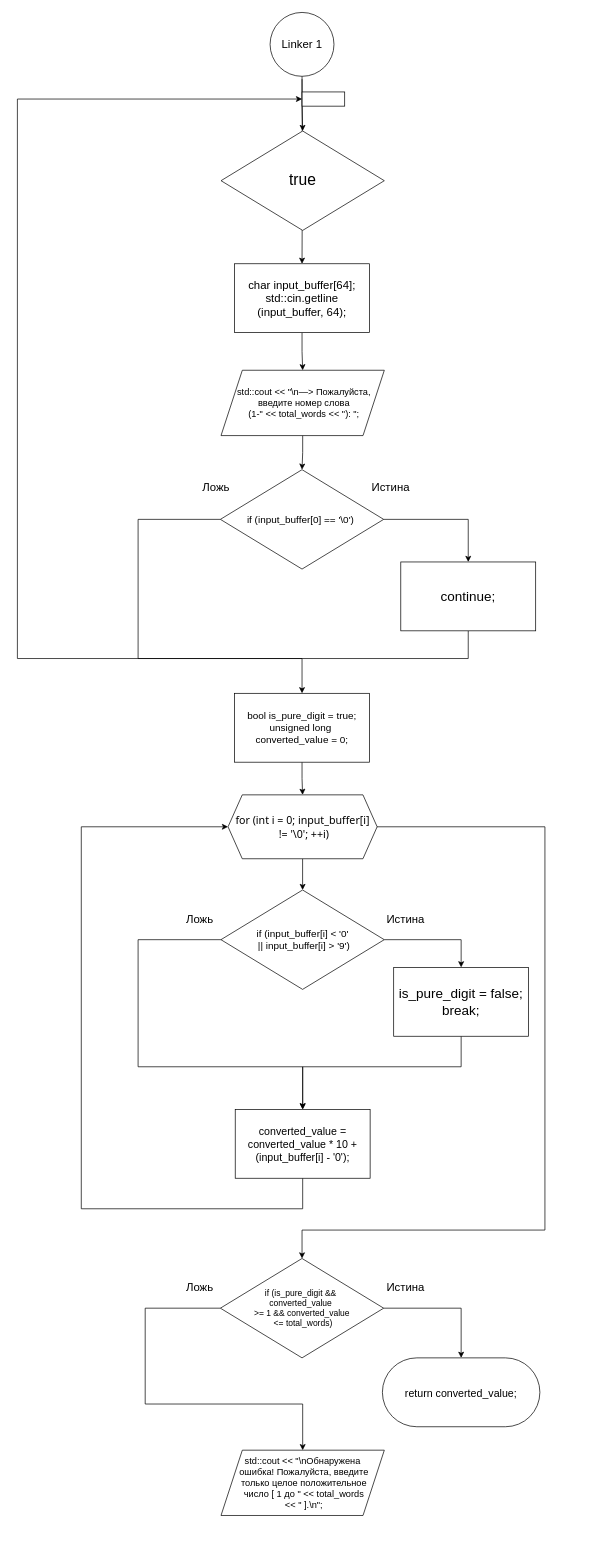
Earlier version of the draw.io diagram LAB7_get_valid_index(2).drawio (kravecila28-ops/Block-diagram_templates). Source tidied: cells renumbered, new cells numbered last; positions are measured from the earlier drawing's top-left corner, leaving out a move shared by most shapes. Both pictures are drawn from the tidied source at 71%, with x=0, y=0 at pixel (17, 12).
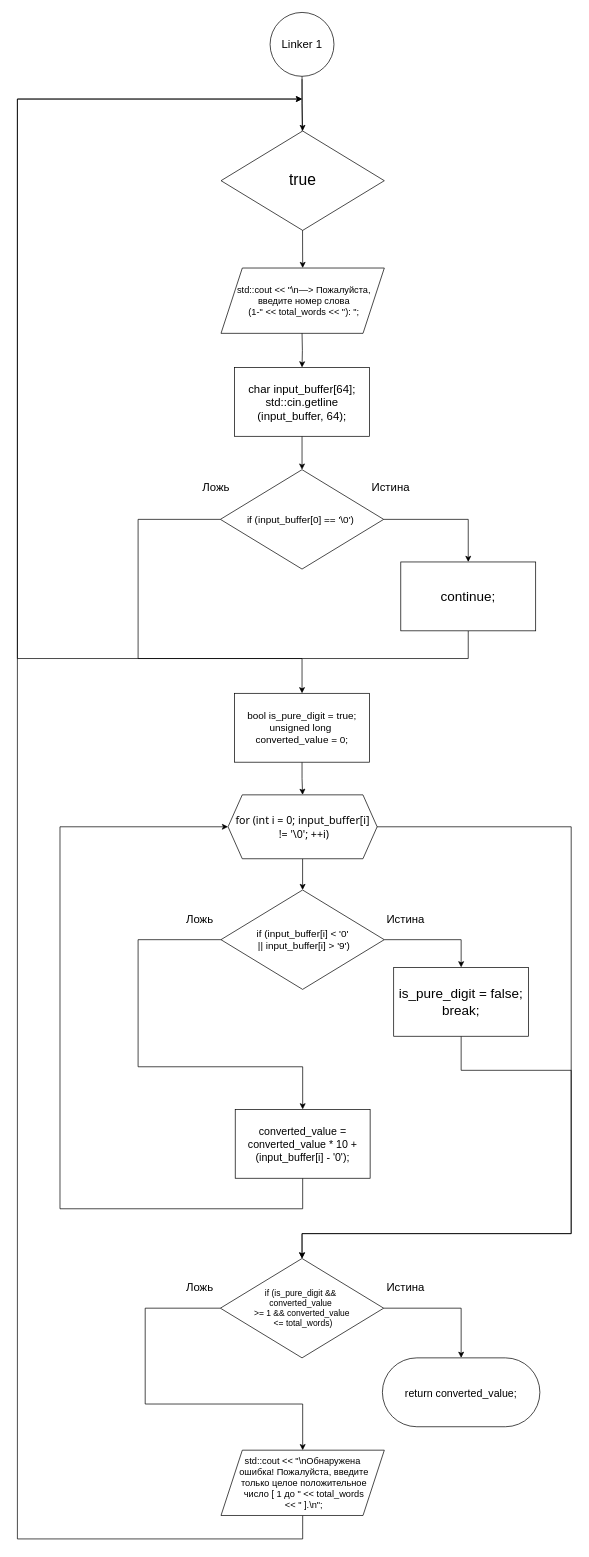
The same page after the edit.

The change refers to these unchanged cells:
```xml
<mxCell id="6" value="&lt;font style=&quot;font-size: 14px;&quot;&gt;if (input_buffer[0] == '\0')&amp;nbsp;&lt;/font&gt;" style="rhombus;whiteSpace=wrap;html=1;labelBackgroundColor=none;" parent="1" vertex="1">
  <mxGeometry x="285.9" y="644" width="230" height="140" as="geometry" />
</mxCell>
<mxCell id="8" value="&lt;font style=&quot;font-size: 19px;&quot;&gt;continue;&lt;/font&gt;" style="rounded=0;whiteSpace=wrap;html=1;labelBackgroundColor=none;" parent="1" vertex="1">
  <mxGeometry x="540" y="774" width="190" height="97" as="geometry" />
</mxCell>
<mxCell id="18" value="&lt;div style=&quot;&quot;&gt;&lt;font face=&quot;Google Sans Flex, Google Sans, system-ui, sans-serif&quot; style=&quot;font-size: 15px;&quot;&gt;&lt;span style=&quot;font-variant-ligatures: none; white-space-collapse: preserve;&quot;&gt;for (int i = 0; input_buffer[i]&lt;/span&gt;&lt;/font&gt;&lt;/div&gt;&lt;div style=&quot;&quot;&gt;&lt;font face=&quot;Google Sans Flex, Google Sans, system-ui, sans-serif&quot; style=&quot;font-size: 15px;&quot;&gt;&lt;span style=&quot;font-variant-ligatures: none; white-space-collapse: preserve;&quot;&gt; != '\0'; ++i)&lt;/span&gt;&lt;/font&gt;&lt;/div&gt;" style="shape=hexagon;perimeter=hexagonPerimeter2;whiteSpace=wrap;html=1;fixedSize=1;align=center;labelBackgroundColor=none;" parent="1" vertex="1">
  <mxGeometry x="296.7" y="1102" width="210" height="90" as="geometry" />
</mxCell>
<mxCell id="28" value="&lt;div&gt;&lt;span style=&quot;font-size: 19px;&quot;&gt;is_pure_digit = false;&lt;/span&gt;&lt;/div&gt;&lt;div&gt;&lt;span style=&quot;font-size: 19px;&quot;&gt;break;&lt;/span&gt;&lt;/div&gt;" style="rounded=0;whiteSpace=wrap;html=1;labelBackgroundColor=none;" parent="1" vertex="1">
  <mxGeometry x="530" y="1345" width="190" height="97" as="geometry" />
</mxCell>
<mxCell id="30" value="&lt;font style=&quot;font-size: 15px;&quot;&gt;converted_value = converted_value * 10 + (input_buffer[i] - '0');&lt;/font&gt;" style="rounded=0;whiteSpace=wrap;html=1;labelBackgroundColor=none;" parent="1" vertex="1">
  <mxGeometry x="306.8" y="1545" width="190" height="97" as="geometry" />
</mxCell>
<mxCell id="32" value="if (is_pure_digit &amp;amp;&amp;amp;&amp;nbsp;&lt;div&gt;converted_value&amp;nbsp;&lt;/div&gt;&lt;div&gt;&lt;span style=&quot;background-color: transparent; color: light-dark(rgb(0, 0, 0), rgb(255, 255, 255));&quot;&gt;&amp;gt;= 1 &amp;amp;&amp;amp; converted_value&lt;/span&gt;&lt;div&gt;&amp;nbsp;&amp;lt;= total_words)&lt;/div&gt;&lt;/div&gt;" style="rhombus;whiteSpace=wrap;html=1;labelBackgroundColor=none;" parent="1" vertex="1">
  <mxGeometry x="285.9" y="1755" width="230" height="140" as="geometry" />
</mxCell>
<mxCell id="37" value="&lt;font style=&quot;font-size: 13px;&quot;&gt;std::cout &amp;lt;&amp;lt; &quot;\nОбнаружена&lt;/font&gt;&lt;div&gt;&lt;font style=&quot;font-size: 13px;&quot;&gt;&amp;nbsp;ошибка! Пожалуйста, введите&lt;/font&gt;&lt;/div&gt;&lt;div&gt;&lt;font style=&quot;font-size: 13px;&quot;&gt;&amp;nbsp;только&amp;nbsp;&lt;span style=&quot;background-color: transparent; color: light-dark(rgb(0, 0, 0), rgb(255, 255, 255));&quot;&gt;целое положительное&lt;/span&gt;&lt;/font&gt;&lt;/div&gt;&lt;div&gt;&lt;font style=&quot;font-size: 13px;&quot;&gt;&lt;span style=&quot;background-color: transparent; color: light-dark(rgb(0, 0, 0), rgb(255, 255, 255));&quot;&gt;&amp;nbsp;число&amp;nbsp;&lt;/span&gt;&lt;span style=&quot;background-color: transparent; color: light-dark(rgb(0, 0, 0), rgb(255, 255, 255));&quot;&gt;[ 1 до &quot; &amp;lt;&amp;lt; total_words&lt;/span&gt;&lt;/font&gt;&lt;/div&gt;&lt;div&gt;&lt;span style=&quot;background-color: transparent; color: light-dark(rgb(0, 0, 0), rgb(255, 255, 255));&quot;&gt;&lt;font style=&quot;font-size: 13px;&quot;&gt;&amp;nbsp;&amp;lt;&amp;lt; &quot; ].\n&quot;;&lt;/font&gt;&lt;/span&gt;&lt;/div&gt;" style="shape=parallelogram;perimeter=parallelogramPerimeter;whiteSpace=wrap;html=1;fixedSize=1;labelBackgroundColor=none;size=30;" parent="1" vertex="1">
  <mxGeometry x="286.8" y="2025" width="230" height="92" as="geometry" />
</mxCell>
```

The edit, as a diff of the source:
```diff
@@
-    <mxCell id="2" style="edgeStyle=orthogonalEdgeStyle;rounded=0;jettySize=auto;html=1;exitX=0.5;exitY=1;exitDx=0;exitDy=0;entryX=0.5;entryY=0;entryDx=0;entryDy=0;labelBackgroundColor=none;fontColor=default;" parent="1" edge="1" source="3" target="10">
-      <mxGeometry relative="1" as="geometry" />
+    <mxCell id="2" style="edgeStyle=orthogonalEdgeStyle;rounded=0;jettySize=auto;html=1;exitX=0.5;exitY=1;exitDx=0;exitDy=0;entryX=0.5;entryY=0;entryDx=0;entryDy=0;labelBackgroundColor=none;fontColor=default;" parent="1" edge="1" target="3">
+      <mxGeometry relative="1" as="geometry">
+        <mxPoint x="400.9" y="451" as="sourcePoint" />
+      </mxGeometry>
     </mxCell>
-    <mxCell id="3" value="&lt;div&gt;&lt;font style=&quot;font-size: 16px;&quot;&gt;char input_buffer[64];&lt;/font&gt;&lt;/div&gt;&lt;div&gt;&lt;span style=&quot;background-color: transparent; color: light-dark(rgb(0, 0, 0), rgb(255, 255, 255));&quot;&gt;&lt;font style=&quot;font-size: 16px;&quot;&gt;std::cin.getline&lt;/font&gt;&lt;/span&gt;&lt;/div&gt;&lt;div&gt;&lt;span style=&quot;background-color: transparent; color: light-dark(rgb(0, 0, 0), rgb(255, 255, 255));&quot;&gt;&lt;font style=&quot;font-size: 16px;&quot;&gt;(input_buffer, 64);&lt;/font&gt;&lt;/span&gt;&lt;/div&gt;" style="rounded=0;whiteSpace=wrap;html=1;labelBackgroundColor=none;" parent="1" vertex="1">
-      <mxGeometry x="305.9" y="354" width="190" height="97" as="geometry" />
-    </mxCell>
@@
-    <mxCell id="7" style="edgeStyle=orthogonalEdgeStyle;rounded=0;jettySize=auto;html=1;exitX=0.5;exitY=1;exitDx=0;exitDy=0;entryX=0;entryY=0.5;entryDx=0;entryDy=0;" parent="1" edge="1" source="8" target="38">
+    <mxCell id="7" style="edgeStyle=orthogonalEdgeStyle;rounded=0;jettySize=auto;html=1;exitX=0.5;exitY=1;exitDx=0;exitDy=0;entryX=0;entryY=0.5;entryDx=0;entryDy=0;" parent="1" edge="1" source="8">
       <mxGeometry relative="1" as="geometry">
+        <mxPoint x="401" y="122" as="targetPoint" />
         <Array as="points">
           <mxPoint x="635" y="910" />
           <mxPoint y="910" />
           <mxPoint y="122" />
         </Array>
       </mxGeometry>
     </mxCell>
@@
-    <mxCell id="9" style="edgeStyle=orthogonalEdgeStyle;rounded=0;jettySize=auto;html=1;exitX=0.5;exitY=1;exitDx=0;exitDy=0;entryX=0.5;entryY=0;entryDx=0;entryDy=0;labelBackgroundColor=none;fontColor=default;" parent="1" edge="1" source="10" target="6">
-      <mxGeometry relative="1" as="geometry" />
-    </mxCell>
-    <mxCell id="10" value="&lt;font style=&quot;font-size: 13px;&quot;&gt;&amp;nbsp;std::cout &amp;lt;&amp;lt; &quot;\n—&amp;gt; Пожалуйста,&lt;/font&gt;&lt;div&gt;&lt;font style=&quot;font-size: 13px;&quot;&gt;&amp;nbsp;введите номер слова&lt;/font&gt;&lt;/div&gt;&lt;div&gt;&lt;font style=&quot;font-size: 13px;&quot;&gt;&amp;nbsp;(1-&quot; &amp;lt;&amp;lt; total_words &amp;lt;&amp;lt; &quot;): &quot;;&lt;/font&gt;&lt;/div&gt;" style="shape=parallelogram;perimeter=parallelogramPerimeter;whiteSpace=wrap;html=1;fixedSize=1;labelBackgroundColor=none;size=30;" parent="1" vertex="1">
-      <mxGeometry x="286.8" y="504" width="230" height="92" as="geometry" />
-    </mxCell>
@@
-    <mxCell id="15" style="edgeStyle=orthogonalEdgeStyle;rounded=0;jettySize=auto;html=1;exitX=0.5;exitY=1;exitDx=0;exitDy=0;entryX=0.5;entryY=0;entryDx=0;entryDy=0;labelBackgroundColor=none;fontColor=default;" parent="1" edge="1" target="3">
+    <mxCell id="15" style="edgeStyle=orthogonalEdgeStyle;rounded=0;jettySize=auto;html=1;exitX=0.5;exitY=1;exitDx=0;exitDy=0;entryX=0.5;entryY=0;entryDx=0;entryDy=0;labelBackgroundColor=none;fontColor=default;" parent="1" edge="1" target="10">
       <mxGeometry relative="1" as="geometry">
         <mxPoint x="400.9" y="94" as="sourcePoint" />
       </mxGeometry>
     </mxCell>
@@
     <mxCell id="17" style="edgeStyle=orthogonalEdgeStyle;rounded=0;jettySize=auto;html=1;exitX=1;exitY=0.5;exitDx=0;exitDy=0;entryX=0.5;entryY=0;entryDx=0;entryDy=0;labelBackgroundColor=none;fontColor=default;" parent="1" edge="1" target="32">
       <mxGeometry relative="1" as="geometry">
         <mxPoint x="499.7" y="1147" as="sourcePoint" />
         <Array as="points">
-          <mxPoint x="743" y="1147" />
-          <mxPoint x="743" y="1715" />
-          <mxPoint x="401" y="1715" />
+          <mxPoint x="780" y="1147" />
+          <mxPoint x="780" y="1720" />
+          <mxPoint x="401" y="1720" />
         </Array>
       </mxGeometry>
     </mxCell>
@@
-    <mxCell id="27" style="edgeStyle=orthogonalEdgeStyle;rounded=0;jettySize=auto;html=1;exitX=0.5;exitY=1;exitDx=0;exitDy=0;entryX=0.5;entryY=0;entryDx=0;entryDy=0;labelBackgroundColor=none;fontColor=default;" parent="1" edge="1" source="28" target="30">
-      <mxGeometry relative="1" as="geometry">
-        <Array as="points">
-          <mxPoint x="625" y="1485" />
-          <mxPoint x="401" y="1485" />
-        </Array>
-      </mxGeometry>
-    </mxCell>
+    <mxCell id="39" style="edgeStyle=orthogonalEdgeStyle;rounded=0;jettySize=auto;html=1;exitX=0.5;exitY=1;exitDx=0;exitDy=0;entryX=0.5;entryY=0;entryDx=0;entryDy=0;" parent="1" edge="1" source="28" target="32">
+      <mxGeometry relative="1" as="geometry">
+        <Array as="points">
+          <mxPoint x="625" y="1490" />
+          <mxPoint x="780" y="1490" />
+          <mxPoint x="780" y="1720" />
+          <mxPoint x="401" y="1720" />
+        </Array>
+      </mxGeometry>
+    </mxCell>
@@
     <mxCell id="29" style="edgeStyle=orthogonalEdgeStyle;rounded=0;jettySize=auto;html=1;exitX=0.5;exitY=1;exitDx=0;exitDy=0;entryX=0;entryY=0.5;entryDx=0;entryDy=0;labelBackgroundColor=none;fontColor=default;" parent="1" edge="1" source="30" target="18">
       <mxGeometry relative="1" as="geometry">
         <Array as="points">
           <mxPoint x="402" y="1685" />
-          <mxPoint x="90" y="1685" />
-          <mxPoint x="90" y="1147" />
+          <mxPoint x="60" y="1685" />
+          <mxPoint x="60" y="1147" />
         </Array>
       </mxGeometry>
     </mxCell>
@@
+    <mxCell id="40" style="edgeStyle=orthogonalEdgeStyle;rounded=0;jettySize=auto;html=1;exitX=0.5;exitY=1;exitDx=0;exitDy=0;entryX=0;entryY=0.5;entryDx=0;entryDy=0;" parent="1" edge="1" source="37">
+      <mxGeometry relative="1" as="geometry">
+        <mxPoint x="401" y="122" as="targetPoint" />
+        <Array as="points">
+          <mxPoint x="402" y="2150" />
+          <mxPoint y="2150" />
+          <mxPoint y="122" />
+        </Array>
+      </mxGeometry>
+    </mxCell>
@@
-    <mxCell id="38" style="rounded=0;whiteSpace=wrap;html=1;" parent="1" vertex="1">
-      <mxGeometry x="401" y="112" width="60" height="20" as="geometry" />
-    </mxCell>
+    <mxCell id="41" style="edgeStyle=orthogonalEdgeStyle;rounded=0;jettySize=auto;html=1;exitX=0.5;exitY=1;exitDx=0;exitDy=0;entryX=0.5;entryY=0;entryDx=0;entryDy=0;" parent="1" edge="1" source="3" target="6">
+      <mxGeometry relative="1" as="geometry" />
+    </mxCell>
+    <mxCell id="3" value="&lt;div&gt;&lt;font style=&quot;font-size: 16px;&quot;&gt;char input_buffer[64];&lt;/font&gt;&lt;/div&gt;&lt;div&gt;&lt;span style=&quot;background-color: transparent; color: light-dark(rgb(0, 0, 0), rgb(255, 255, 255));&quot;&gt;&lt;font style=&quot;font-size: 16px;&quot;&gt;std::cin.getline&lt;/font&gt;&lt;/span&gt;&lt;/div&gt;&lt;div&gt;&lt;span style=&quot;background-color: transparent; color: light-dark(rgb(0, 0, 0), rgb(255, 255, 255));&quot;&gt;&lt;font style=&quot;font-size: 16px;&quot;&gt;(input_buffer, 64);&lt;/font&gt;&lt;/span&gt;&lt;/div&gt;" style="rounded=0;whiteSpace=wrap;html=1;labelBackgroundColor=none;" parent="1" vertex="1">
+      <mxGeometry x="305.9" y="500" width="190" height="97" as="geometry" />
+    </mxCell>
+    <mxCell id="10" value="&lt;font style=&quot;font-size: 13px;&quot;&gt;&amp;nbsp;std::cout &amp;lt;&amp;lt; &quot;\n—&amp;gt; Пожалуйста,&lt;/font&gt;&lt;div&gt;&lt;font style=&quot;font-size: 13px;&quot;&gt;&amp;nbsp;введите номер слова&lt;/font&gt;&lt;/div&gt;&lt;div&gt;&lt;font style=&quot;font-size: 13px;&quot;&gt;&amp;nbsp;(1-&quot; &amp;lt;&amp;lt; total_words &amp;lt;&amp;lt; &quot;): &quot;;&lt;/font&gt;&lt;/div&gt;" style="shape=parallelogram;perimeter=parallelogramPerimeter;whiteSpace=wrap;html=1;fixedSize=1;labelBackgroundColor=none;size=30;" parent="1" vertex="1">
+      <mxGeometry x="286.8" y="360" width="230" height="92" as="geometry" />
+    </mxCell>
```
